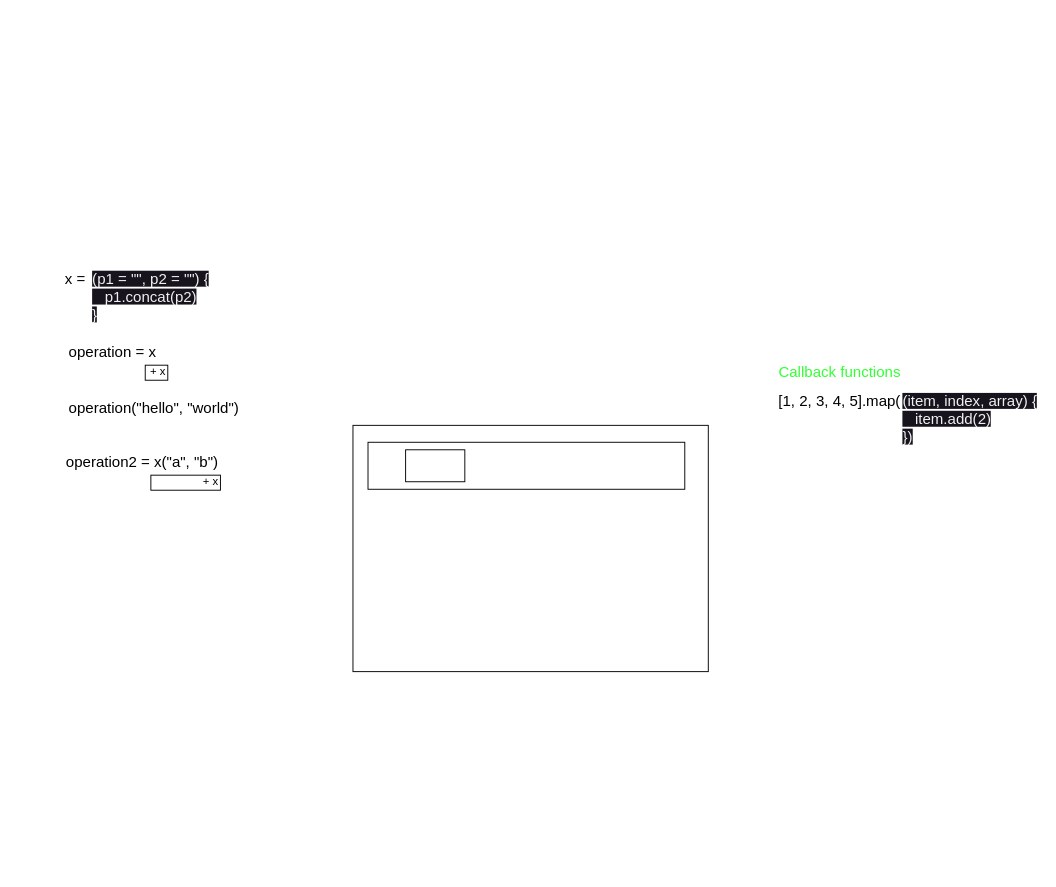
Before: page "FirstClassFunction" (3 of 3) of extras/Visual.drawio in aadityabhusal/visual-logic, a draw.io diagram. Source tidied: cells renumbered, new cells numbered last; positions are measured from the earlier drawing's top-left corner, leaving out a move shared by most shapes. Both pictures are drawn from the tidied source at 94%, with x=0, y=0 at pixel (63, 263).
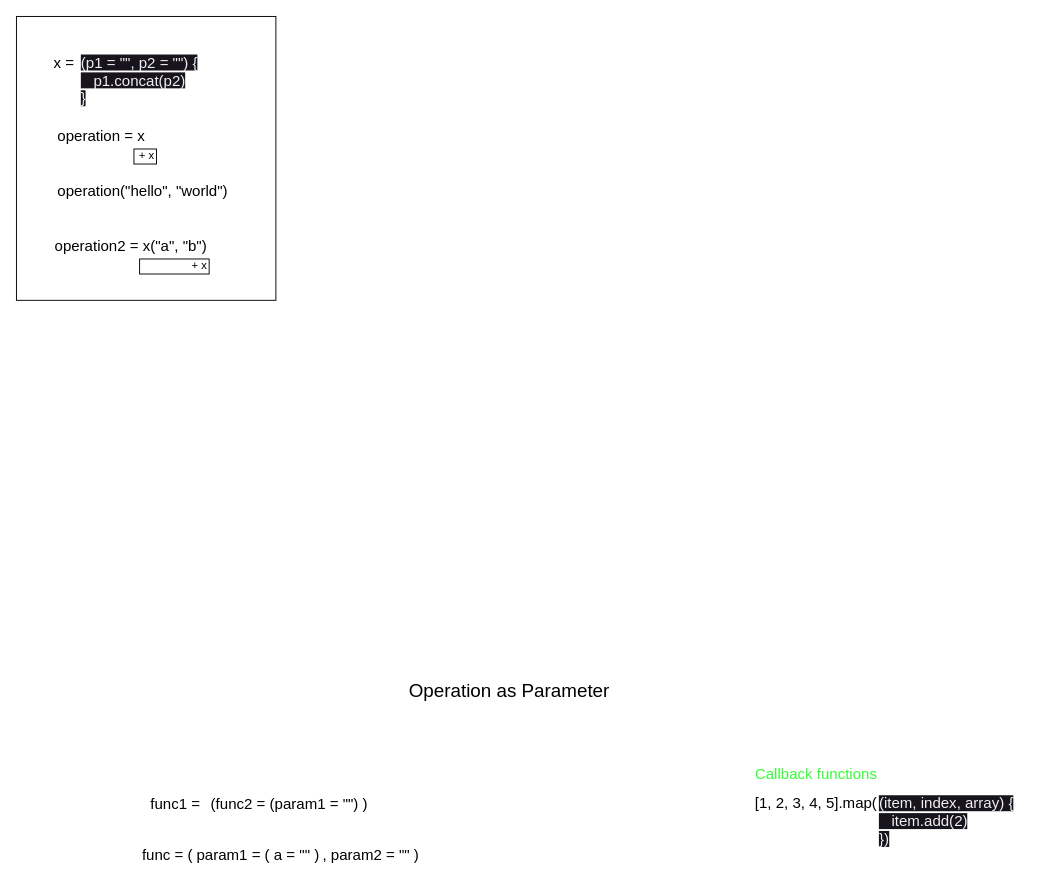
The same diagram, later.

What changed in the source:
```diff
@@
-    <mxCell id="2" style="group;" parent="1" vertex="1">
-      <mxGeometry x="759" y="100" width="280" height="98" as="geometry" />
-    </mxCell>
+    <mxCell id="20" value="Operation as Parameter" style="text;html=1;strokeColor=none;fillColor=none;align=center;verticalAlign=middle;whiteSpace=wrap;rounded=0;fontSize=20;" parent="1" vertex="1">
+      <mxGeometry x="352" y="439" width="245" height="30" as="geometry" />
+    </mxCell>
+    <mxCell id="21" style="group;" parent="1" vertex="1">
+      <mxGeometry x="734" y="528" width="280" height="98" as="geometry" />
+    </mxCell>
-    <mxCell id="3" style="group;" parent="2" vertex="1">
+    <mxCell id="3" style="group;" parent="21" vertex="1">
       <mxGeometry y="30" width="280" height="68" as="geometry" />
     </mxCell>
@@
-    <mxCell id="6" value="Callback functions" style="text;html=1;strokeColor=none;fillColor=none;align=center;verticalAlign=middle;whiteSpace=wrap;rounded=0;fontSize=16;fontColor=#33FF33;" parent="2" vertex="1">
+    <mxCell id="6" value="Callback functions" style="text;html=1;strokeColor=none;fillColor=none;align=center;verticalAlign=middle;whiteSpace=wrap;rounded=0;fontSize=16;fontColor=#33FF33;" parent="21" vertex="1">
       <mxGeometry width="134" height="30" as="geometry" />
     </mxCell>
-    <mxCell id="7" style="group;" parent="1" vertex="1">
-      <mxGeometry width="157" height="67" as="geometry" />
-    </mxCell>
+    <mxCell id="22" style="group;" parent="1" vertex="1">
+      <mxGeometry x="-50" y="-263" width="276" height="302" as="geometry" />
+    </mxCell>
+    <mxCell id="23" style="rounded=0;whiteSpace=wrap;html=1;fontSize=16;" parent="22" vertex="1">
+      <mxGeometry width="276" height="302" as="geometry" />
+    </mxCell>
+    <mxCell id="10" value="operation(&quot;hello&quot;, &quot;world&quot;)" style="rounded=0;whiteSpace=wrap;html=1;fontSize=16;align=left;verticalAlign=top;strokeColor=none;" parent="22" vertex="1">
+      <mxGeometry x="42" y="170" width="191" height="30" as="geometry" />
+    </mxCell>
-    <mxCell id="8" value="x =&amp;nbsp;" style="rounded=0;whiteSpace=wrap;html=1;fontSize=16;align=left;verticalAlign=top;strokeColor=none;" parent="7" vertex="1">
-      <mxGeometry width="29" height="30" as="geometry" />
+    <mxCell id="8" value="x =&amp;nbsp;" style="rounded=0;whiteSpace=wrap;html=1;fontSize=16;align=left;verticalAlign=top;strokeColor=none;" parent="22" vertex="1">
+      <mxGeometry x="38" y="33" width="29" height="30" as="geometry" />
     </mxCell>
-    <mxCell id="9" value="&lt;span style=&quot;color: rgb(240, 240, 240); font-family: Helvetica; font-size: 16px; font-style: normal; font-variant-ligatures: normal; font-variant-caps: normal; font-weight: 400; letter-spacing: normal; orphans: 2; text-align: left; text-indent: 0px; text-transform: none; widows: 2; word-spacing: 0px; -webkit-text-stroke-width: 0px; background-color: rgb(24, 20, 29); text-decoration-thickness: initial; text-decoration-style: initial; text-decoration-color: initial; float: none; display: inline !important;&quot;&gt;(p1 = &quot;&quot;, p2 = &quot;&quot;) {&lt;/span&gt;&lt;br style=&quot;border-color: rgb(0, 0, 0); color: rgb(240, 240, 240); font-family: Helvetica; font-size: 16px; font-style: normal; font-variant-ligatures: normal; font-variant-caps: normal; font-weight: 400; letter-spacing: normal; orphans: 2; text-align: left; text-indent: 0px; text-transform: none; widows: 2; word-spacing: 0px; -webkit-text-stroke-width: 0px; background-color: rgb(24, 20, 29); text-decoration-thickness: initial; text-decoration-style: initial; text-decoration-color: initial;&quot;&gt;&lt;span style=&quot;color: rgb(240, 240, 240); font-family: Helvetica; font-size: 16px; font-style: normal; font-variant-ligatures: normal; font-variant-caps: normal; font-weight: 400; letter-spacing: normal; orphans: 2; text-align: left; text-indent: 0px; text-transform: none; widows: 2; word-spacing: 0px; -webkit-text-stroke-width: 0px; background-color: rgb(24, 20, 29); text-decoration-thickness: initial; text-decoration-style: initial; text-decoration-color: initial; float: none; display: inline !important;&quot;&gt;&amp;nbsp; &amp;nbsp;p1.concat(p2)&lt;br&gt;&lt;/span&gt;&lt;span style=&quot;color: rgb(240, 240, 240); font-family: Helvetica; font-size: 16px; font-style: normal; font-variant-ligatures: normal; font-variant-caps: normal; font-weight: 400; letter-spacing: normal; orphans: 2; text-align: left; text-indent: 0px; text-transform: none; widows: 2; word-spacing: 0px; -webkit-text-stroke-width: 0px; background-color: rgb(24, 20, 29); text-decoration-thickness: initial; text-decoration-style: initial; text-decoration-color: initial; float: none; display: inline !important;&quot;&gt;}&lt;/span&gt;" style="text;whiteSpace=wrap;html=1;fontSize=16;strokeColor=none;" parent="7" vertex="1">
-      <mxGeometry x="29" width="128" height="67" as="geometry" />
+    <mxCell id="9" value="&lt;span style=&quot;color: rgb(240, 240, 240); font-family: Helvetica; font-size: 16px; font-style: normal; font-variant-ligatures: normal; font-variant-caps: normal; font-weight: 400; letter-spacing: normal; orphans: 2; text-align: left; text-indent: 0px; text-transform: none; widows: 2; word-spacing: 0px; -webkit-text-stroke-width: 0px; background-color: rgb(24, 20, 29); text-decoration-thickness: initial; text-decoration-style: initial; text-decoration-color: initial; float: none; display: inline !important;&quot;&gt;(p1 = &quot;&quot;, p2 = &quot;&quot;) {&lt;/span&gt;&lt;br style=&quot;border-color: rgb(0, 0, 0); color: rgb(240, 240, 240); font-family: Helvetica; font-size: 16px; font-style: normal; font-variant-ligatures: normal; font-variant-caps: normal; font-weight: 400; letter-spacing: normal; orphans: 2; text-align: left; text-indent: 0px; text-transform: none; widows: 2; word-spacing: 0px; -webkit-text-stroke-width: 0px; background-color: rgb(24, 20, 29); text-decoration-thickness: initial; text-decoration-style: initial; text-decoration-color: initial;&quot;&gt;&lt;span style=&quot;color: rgb(240, 240, 240); font-family: Helvetica; font-size: 16px; font-style: normal; font-variant-ligatures: normal; font-variant-caps: normal; font-weight: 400; letter-spacing: normal; orphans: 2; text-align: left; text-indent: 0px; text-transform: none; widows: 2; word-spacing: 0px; -webkit-text-stroke-width: 0px; background-color: rgb(24, 20, 29); text-decoration-thickness: initial; text-decoration-style: initial; text-decoration-color: initial; float: none; display: inline !important;&quot;&gt;&amp;nbsp; &amp;nbsp;p1.concat(p2)&lt;br&gt;&lt;/span&gt;&lt;span style=&quot;color: rgb(240, 240, 240); font-family: Helvetica; font-size: 16px; font-style: normal; font-variant-ligatures: normal; font-variant-caps: normal; font-weight: 400; letter-spacing: normal; orphans: 2; text-align: left; text-indent: 0px; text-transform: none; widows: 2; word-spacing: 0px; -webkit-text-stroke-width: 0px; background-color: rgb(24, 20, 29); text-decoration-thickness: initial; text-decoration-style: initial; text-decoration-color: initial; float: none; display: inline !important;&quot;&gt;}&lt;/span&gt;" style="text;whiteSpace=wrap;html=1;fontSize=16;strokeColor=none;" parent="22" vertex="1">
+      <mxGeometry x="67" y="33" width="128" height="67" as="geometry" />
     </mxCell>
-    <mxCell id="10" value="operation(&quot;hello&quot;, &quot;world&quot;)" style="rounded=0;whiteSpace=wrap;html=1;fontSize=16;align=left;verticalAlign=top;strokeColor=none;" parent="1" vertex="1">
-      <mxGeometry x="4" y="137" width="191" height="30" as="geometry" />
-    </mxCell>
-    <mxCell id="11" style="group;" parent="1" vertex="1">
-      <mxGeometry x="4" y="78" width="107" height="46" as="geometry" />
-    </mxCell>
-    <mxCell id="12" value="operation = x" style="rounded=0;whiteSpace=wrap;html=1;fontSize=16;align=left;verticalAlign=top;strokeColor=none;" parent="11" vertex="1">
-      <mxGeometry width="103" height="30" as="geometry" />
+    <mxCell id="12" value="operation = x" style="rounded=0;whiteSpace=wrap;html=1;fontSize=16;align=left;verticalAlign=top;strokeColor=none;" parent="22" vertex="1">
+      <mxGeometry x="42" y="111" width="103" height="30" as="geometry" />
     </mxCell>
-    <mxCell id="13" value="&lt;font style=&quot;font-size: 12px;&quot;&gt;+ x&lt;/font&gt;" style="rounded=0;whiteSpace=wrap;html=1;fontSize=12;align=right;verticalAlign=bottom;" parent="11" vertex="1">
-      <mxGeometry x="83" y="30" width="24" height="16" as="geometry" />
+    <mxCell id="13" value="&lt;font style=&quot;font-size: 12px;&quot;&gt;+ x&lt;/font&gt;" style="rounded=0;whiteSpace=wrap;html=1;fontSize=12;align=right;verticalAlign=bottom;" parent="22" vertex="1">
+      <mxGeometry x="125" y="141" width="24" height="16" as="geometry" />
     </mxCell>
-    <mxCell id="14" style="group;" parent="1" vertex="1">
-      <mxGeometry x="1" y="195" width="166" height="46" as="geometry" />
-    </mxCell>
-    <mxCell id="15" value="operation2 = x(&quot;a&quot;, &quot;b&quot;)" style="rounded=0;whiteSpace=wrap;html=1;fontSize=16;align=left;verticalAlign=top;strokeColor=none;" parent="14" vertex="1">
-      <mxGeometry width="166" height="30" as="geometry" />
+    <mxCell id="15" value="operation2 = x(&quot;a&quot;, &quot;b&quot;)" style="rounded=0;whiteSpace=wrap;html=1;fontSize=16;align=left;verticalAlign=top;strokeColor=none;" parent="22" vertex="1">
+      <mxGeometry x="39" y="228" width="166" height="30" as="geometry" />
     </mxCell>
-    <mxCell id="16" value="&lt;font style=&quot;font-size: 12px;&quot;&gt;+ x&lt;/font&gt;" style="rounded=0;whiteSpace=wrap;html=1;fontSize=12;align=right;verticalAlign=bottom;" parent="14" vertex="1">
-      <mxGeometry x="92" y="30" width="74" height="16" as="geometry" />
+    <mxCell id="16" value="&lt;font style=&quot;font-size: 12px;&quot;&gt;+ x&lt;/font&gt;" style="rounded=0;whiteSpace=wrap;html=1;fontSize=12;align=right;verticalAlign=bottom;" parent="22" vertex="1">
+      <mxGeometry x="131" y="258" width="74" height="16" as="geometry" />
     </mxCell>
-    <mxCell id="17" style="rounded=0;whiteSpace=wrap;html=1;fontSize=16;" parent="1" vertex="1">
-      <mxGeometry x="308" y="172" width="378" height="262" as="geometry" />
-    </mxCell>
-    <mxCell id="18" style="rounded=0;whiteSpace=wrap;html=1;fontSize=16;" parent="1" vertex="1">
-      <mxGeometry x="324" y="190" width="337" height="50" as="geometry" />
-    </mxCell>
-    <mxCell id="19" style="rounded=0;whiteSpace=wrap;html=1;fontSize=16;" parent="1" vertex="1">
-      <mxGeometry x="364" y="198" width="63" height="34" as="geometry" />
-    </mxCell>
+    <mxCell id="24" value="func1 =&amp;nbsp;" style="text;html=1;align=center;verticalAlign=middle;strokeColor=none;fillColor=none;fontSize=16;" parent="1" vertex="1">
+      <mxGeometry x="83" y="559" width="75" height="31" as="geometry" />
+    </mxCell>
+    <mxCell id="25" value="(func2 = (param1 = &quot;&quot;) )" style="text;html=1;align=center;verticalAlign=middle;strokeColor=none;fillColor=none;fontSize=16;" parent="1" vertex="1">
+      <mxGeometry x="147" y="559" width="185" height="31" as="geometry" />
+    </mxCell>
+    <mxCell id="26" value="param1 = ( a = &quot;&quot; )" style="rounded=0;whiteSpace=wrap;html=1;fontSize=16;align=left;verticalAlign=top;strokeColor=none;" parent="1" vertex="1">
+      <mxGeometry x="140" y="613" width="134" height="33" as="geometry" />
+    </mxCell>
+    <mxCell id="27" value="func = (" style="rounded=0;whiteSpace=wrap;html=1;fontSize=16;align=left;verticalAlign=top;strokeColor=none;" parent="1" vertex="1">
+      <mxGeometry x="82" y="613" width="58" height="33" as="geometry" />
+    </mxCell>
+    <mxCell id="28" value=", param2 = &quot;&quot; )" style="rounded=0;whiteSpace=wrap;html=1;fontSize=16;align=left;verticalAlign=top;strokeColor=none;" parent="1" vertex="1">
+      <mxGeometry x="274" y="613" width="109" height="33" as="geometry" />
+    </mxCell>
```
